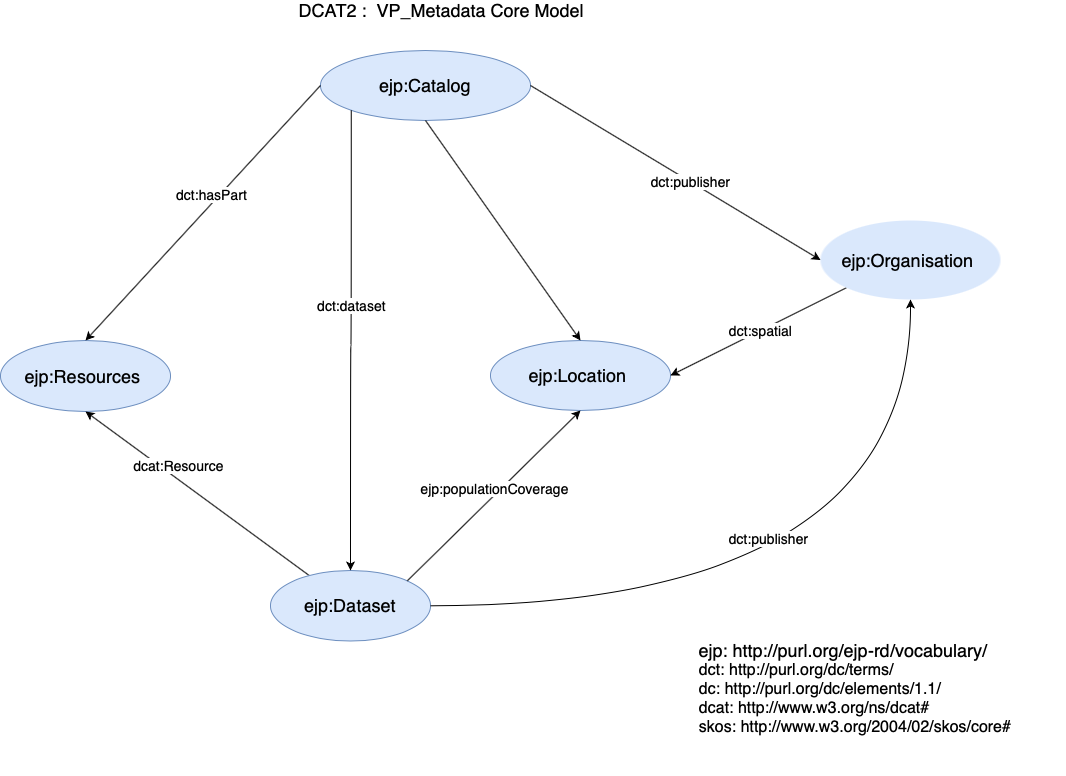
Above: ejprd-vp_catalog_model/versions/ejprdVPMetadataSchema-1.0.0/docs/ejprdVPMetadataSchema-1.0.0_diagrams/VP_Model.png in ejp-rd-vp/resource-metadata-schema (draw.io), before the change. Source tidied: cells renumbered, new cells last; positions are measured from the earlier drawing's top-left corner, leaving out a move shared by most shapes.
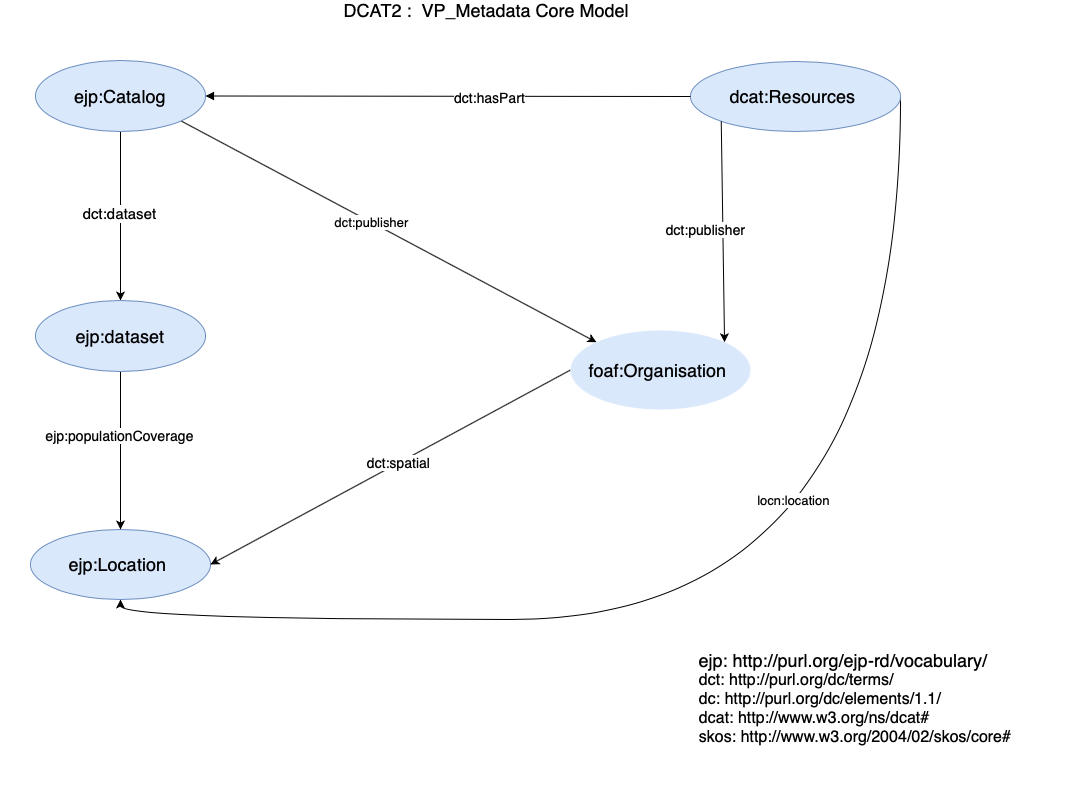
After the commit.

The edit, as a diff of the source:
```diff
@@ -3,51 +3,52 @@
     <mxCell id="0" />
     <mxCell id="1" parent="0" />
     <mxCell id="2" value="&lt;font style=&quot;font-size: 18px&quot;&gt;DCAT2 : &amp;nbsp;VP_Metadata Core Model &lt;/font&gt;&amp;nbsp;" style="text;html=1;align=center;verticalAlign=middle;" parent="1" vertex="1">
-      <mxGeometry x="290" width="310" height="20" as="geometry" />
+      <mxGeometry x="290" y="-20" width="310" height="20" as="geometry" />
     </mxCell>
     <mxCell id="3" style="group;" parent="1" vertex="1">
-      <mxGeometry y="50" width="1065" height="725" as="geometry" />
+      <mxGeometry x="-45" y="40" width="1065" height="725" as="geometry" />
     </mxCell>
+    <mxCell id="14" style="edgeStyle=orthogonalEdgeStyle;rounded=0;jettySize=auto;html=1;entryX=0.5;entryY=1;entryDx=0;entryDy=0;fontSize=13;curved=1;exitX=1;exitY=0.5;exitDx=0;exitDy=0;" parent="3" edge="1" source="4" target="13">
+      <mxGeometry relative="1" as="geometry">
+        <Array as="points">
+          <mxPoint x="900" y="559" />
+          <mxPoint x="120" y="559" />
+        </Array>
+      </mxGeometry>
+    </mxCell>
+    <mxCell id="26" value="locn:location" style="edgeLabel;html=1;align=center;verticalAlign=middle;fontSize=13;" parent="14" vertex="1">
+      <mxGeometry x="-0.39" y="-108" relative="1" as="geometry" />
+    </mxCell>
-    <mxCell id="4" value="&lt;font style=&quot;font-size: 18px&quot;&gt;ejp:Catalog&lt;/font&gt;" style="ellipse;whiteSpace=wrap;html=1;fillColor=#dae8fc;strokeColor=#6c8ebf;rounded=1;" parent="3" vertex="1">
-      <mxGeometry x="320" width="210" height="70" as="geometry" />
+    <mxCell id="4" value="&lt;span style=&quot;font-size: 18px&quot;&gt;dcat:Resources&amp;nbsp;&lt;/span&gt;" style="ellipse;whiteSpace=wrap;html=1;fillColor=#dae8fc;strokeColor=#6c8ebf;rounded=1;" parent="3" vertex="1">
+      <mxGeometry x="690" y="1" width="210" height="70" as="geometry" />
     </mxCell>
+    <mxCell id="27" style="edgeStyle=orthogonalEdgeStyle;rounded=0;jettySize=auto;html=1;exitX=0.5;exitY=1;exitDx=0;exitDy=0;entryX=0.5;entryY=0;entryDx=0;entryDy=0;fontSize=15;" parent="3" edge="1" source="5" target="29">
+      <mxGeometry relative="1" as="geometry" />
+    </mxCell>
+    <mxCell id="12" value="dct:dataset" style="edgeLabel;html=1;align=center;verticalAlign=middle;fontSize=15;" parent="27" vertex="1">
+      <mxGeometry x="-0.04" y="-2" relative="1" as="geometry" />
+    </mxCell>
+    <mxCell id="28" style="rounded=0;jettySize=auto;html=1;exitX=1;exitY=1;exitDx=0;exitDy=0;entryX=0;entryY=0;entryDx=0;entryDy=0;" parent="3" edge="1" source="5" target="19">
+      <mxGeometry relative="1" as="geometry" />
+    </mxCell>
+    <mxCell id="24" value="dct:publisher" style="edgeLabel;html=1;align=center;verticalAlign=middle;fontSize=13;" parent="28" vertex="1">
+      <mxGeometry x="-0.09" relative="1" as="geometry" />
+    </mxCell>
-    <mxCell id="5" value="&lt;font style=&quot;font-size: 18px&quot;&gt;ejp:Resources&amp;nbsp;&lt;/font&gt;" style="ellipse;whiteSpace=wrap;html=1;fillColor=#dae8fc;strokeColor=#6c8ebf;rounded=1;" parent="3" vertex="1">
-      <mxGeometry y="290" width="170" height="71" as="geometry" />
+    <mxCell id="5" value="&lt;span style=&quot;font-size: 18px&quot;&gt;ejp:Catalog&lt;/span&gt;" style="ellipse;whiteSpace=wrap;html=1;fillColor=#dae8fc;strokeColor=#6c8ebf;rounded=1;" parent="3" vertex="1">
+      <mxGeometry x="35" width="170" height="71" as="geometry" />
     </mxCell>
-    <mxCell id="6" style="rounded=1;jettySize=auto;html=1;entryX=0.5;entryY=0;entryDx=0;entryDy=0;exitX=0;exitY=0.5;exitDx=0;exitDy=0;" parent="3" edge="1" source="4" target="5">
+    <mxCell id="6" style="rounded=1;jettySize=auto;html=1;entryX=1;entryY=0.5;entryDx=0;entryDy=0;exitX=0;exitY=0.5;exitDx=0;exitDy=0;startArrow=none;startFill=0;endArrow=block;endFill=1;" parent="3" edge="1" source="4" target="5">
       <mxGeometry relative="1" as="geometry" />
     </mxCell>
     <mxCell id="7" value="&lt;font style=&quot;font-size: 14px&quot;&gt;dct:hasPart&lt;/font&gt;" style="edgeLabel;html=1;align=center;verticalAlign=middle;" parent="6" vertex="1">
       <mxGeometry x="-0.17" y="28" relative="1" as="geometry">
-        <mxPoint x="-32.6" y="-16.9" as="offset" />
+        <mxPoint x="-0.2" y="-27" as="offset" />
       </mxGeometry>
     </mxCell>
-    <mxCell id="8" style="edgeStyle=none;rounded=1;jettySize=auto;html=1;entryX=0.5;entryY=1;entryDx=0;entryDy=0;" parent="3" edge="1" source="10" target="5">
-      <mxGeometry relative="1" as="geometry" />
-    </mxCell>
-    <mxCell id="9" value="&lt;font style=&quot;font-size: 14px&quot;&gt;dcat:Resource&lt;/font&gt;" style="edgeLabel;html=1;align=center;verticalAlign=middle;" parent="8" vertex="1">
-      <mxGeometry x="0.32" y="1" relative="1" as="geometry">
-        <mxPoint x="16.6" y="-2.8" as="offset" />
-      </mxGeometry>
-    </mxCell>
-    <mxCell id="10" value="&lt;font style=&quot;font-size: 18px&quot;&gt;ejp:Dataset&lt;/font&gt;" style="ellipse;whiteSpace=wrap;html=1;fillColor=#dae8fc;strokeColor=#6c8ebf;rounded=1;" parent="3" vertex="1">
-      <mxGeometry x="270" y="520" width="160" height="70.5" as="geometry" />
-    </mxCell>
-    <mxCell id="11" style="edgeStyle=orthogonalEdgeStyle;curved=1;rounded=0;jettySize=auto;html=1;entryX=0.5;entryY=0;entryDx=0;entryDy=0;exitX=0;exitY=1;exitDx=0;exitDy=0;" parent="3" edge="1" source="4" target="10">
-      <mxGeometry relative="1" as="geometry" />
-    </mxCell>
-    <mxCell id="12" value="&lt;font style=&quot;font-size: 14px&quot;&gt;dct:dataset&lt;/font&gt;" style="edgeLabel;html=1;align=center;verticalAlign=middle;" parent="11" vertex="1">
-      <mxGeometry x="-0.24" y="-18" relative="1" as="geometry">
-        <mxPoint x="18" y="20" as="offset" />
-      </mxGeometry>
-    </mxCell>
     <mxCell id="13" value="&lt;font style=&quot;font-size: 18px&quot;&gt;ejp:Location&amp;nbsp;&lt;/font&gt;" style="ellipse;whiteSpace=wrap;html=1;fillColor=#dae8fc;strokeColor=#6c8ebf;rounded=1;" parent="3" vertex="1">
-      <mxGeometry x="490" y="290" width="180" height="70" as="geometry" />
+      <mxGeometry x="30" y="469" width="180" height="70" as="geometry" />
     </mxCell>
-    <mxCell id="14" style="edgeStyle=none;rounded=1;jettySize=auto;html=1;entryX=0.5;entryY=0;entryDx=0;entryDy=0;exitX=0.5;exitY=1;exitDx=0;exitDy=0;" parent="3" edge="1" source="4" target="13">
-      <mxGeometry relative="1" as="geometry" />
-    </mxCell>
-    <mxCell id="15" style="edgeStyle=none;rounded=1;jettySize=auto;html=1;entryX=0.5;entryY=1;entryDx=0;entryDy=0;exitX=1;exitY=0;exitDx=0;exitDy=0;" parent="3" edge="1" source="10" target="13">
+    <mxCell id="15" style="edgeStyle=none;rounded=1;jettySize=auto;html=1;entryX=0.5;entryY=0;entryDx=0;entryDy=0;exitX=0.5;exitY=1;exitDx=0;exitDy=0;" parent="3" edge="1" source="29" target="13">
       <mxGeometry relative="1" as="geometry" />
     </mxCell>
     <mxCell id="16" value="&lt;font style=&quot;font-size: 14px&quot;&gt;ejp:populationCoverage&lt;/font&gt;" style="edgeLabel;html=1;align=center;verticalAlign=middle;" parent="15" vertex="1">
@@ -55,7 +56,7 @@
         <mxPoint x="1" y="-12.5" as="offset" />
       </mxGeometry>
     </mxCell>
-    <mxCell id="17" style="rounded=0;jettySize=auto;html=1;exitX=0;exitY=1;exitDx=0;exitDy=0;entryX=1;entryY=0.5;entryDx=0;entryDy=0;" parent="3" edge="1" source="19" target="13">
+    <mxCell id="17" style="rounded=0;jettySize=auto;html=1;exitX=0;exitY=0.5;exitDx=0;exitDy=0;entryX=1;entryY=0.5;entryDx=0;entryDy=0;" parent="3" edge="1" source="19" target="13">
       <mxGeometry relative="1" as="geometry" />
     </mxCell>
     <mxCell id="18" value="&lt;font style=&quot;font-size: 14px&quot;&gt;dct:spatial&lt;/font&gt;" style="edgeLabel;html=1;align=center;verticalAlign=middle;rounded=1;" parent="17" vertex="1">
@@ -63,16 +64,10 @@
         <mxPoint x="-2.9" y="0.6" as="offset" />
       </mxGeometry>
     </mxCell>
-    <mxCell id="19" value="&lt;font style=&quot;font-size: 18px&quot;&gt;ejp:Organisation&amp;nbsp;&lt;/font&gt;" style="ellipse;whiteSpace=wrap;html=1;fillColor=#dae8fc;strokeColor=none;rounded=1;" parent="3" vertex="1">
-      <mxGeometry x="820" y="170" width="180" height="79" as="geometry" />
+    <mxCell id="19" value="&lt;font style=&quot;font-size: 18px&quot;&gt;foaf:Organisation&amp;nbsp;&lt;/font&gt;" style="ellipse;whiteSpace=wrap;html=1;fillColor=#dae8fc;strokeColor=none;rounded=1;" parent="3" vertex="1">
+      <mxGeometry x="570" y="270" width="180" height="79" as="geometry" />
     </mxCell>
-    <mxCell id="20" style="edgeStyle=orthogonalEdgeStyle;rounded=0;jettySize=auto;html=1;entryX=0.5;entryY=1;entryDx=0;entryDy=0;curved=1;" parent="3" edge="1" source="10" target="19">
-      <mxGeometry relative="1" as="geometry" />
-    </mxCell>
-    <mxCell id="21" value="&lt;span style=&quot;color: rgba(0 , 0 , 0 , 0) ; font-family: monospace ; font-size: 0px ; background-color: rgb(248 , 249 , 250)&quot;&gt;%3CmxGraphModel%3E%3Croot%3E%3CmxCell%20id%3D%220%22%2F%3E%3CmxCell%20id%3D%221%22%20parent%3D%220%22%2F%3E%3CmxCell%20id%3D%222%22%20value%3D%22%26lt%3Bfont%20style%3D%26quot%3Bfont-size%3A%2014px%26quot%3B%26gt%3Bdct%3Apublisher%26lt%3B%2Ffont%26gt%3B%22%20style%3D%22edgeLabel%3Bhtml%3D1%3Balign%3Dcenter%3BverticalAlign%3Dmiddle%3Bresizable%3D0%3Bpoints%3D%5B%5D%3Brotation%3D0%3B%22%20vertex%3D%221%22%20connectable%3D%220%22%20parent%3D%221%22%3E%3CmxGeometry%20x%3D%22808.9799985776067%22%20y%3D%221372%22%20as%3D%22geometry%22%2F%3E%3C%2FmxCell%3E%3C%2Froot%3E%3C%2FmxGraphModel%3E&lt;/span&gt;" style="edgeLabel;html=1;align=center;verticalAlign=middle;" parent="20" vertex="1">
-      <mxGeometry x="-0.14" y="32" relative="1" as="geometry" />
-    </mxCell>
-    <mxCell id="22" style="rounded=0;jettySize=auto;html=1;entryX=0;entryY=0.5;entryDx=0;entryDy=0;exitX=1;exitY=0.5;exitDx=0;exitDy=0;" parent="3" edge="1" source="4" target="19">
+    <mxCell id="22" style="rounded=0;jettySize=auto;html=1;entryX=1;entryY=0;entryDx=0;entryDy=0;exitX=0;exitY=1;exitDx=0;exitDy=0;" parent="3" edge="1" source="4" target="19">
       <mxGeometry relative="1" as="geometry" />
     </mxCell>
     <mxCell id="23" value="&lt;font style=&quot;font-size: 14px&quot;&gt;dct:publisher&lt;/font&gt;" style="edgeLabel;html=1;align=center;verticalAlign=middle;" parent="22" vertex="1">
@@ -80,13 +75,11 @@
         <mxPoint y="-21" as="offset" />
       </mxGeometry>
     </mxCell>
-    <mxCell id="24" value="&lt;font style=&quot;font-size: 14px&quot;&gt;dct:publisher&lt;/font&gt;" style="edgeLabel;html=1;align=center;verticalAlign=middle;rotation=0;" parent="3" vertex="1">
-      <mxGeometry x="770" y="490" as="geometry">
-        <mxPoint x="-2" y="-3" as="offset" />
-      </mxGeometry>
-    </mxCell>
     <mxCell id="25" value="&lt;div style=&quot;text-align: left&quot;&gt;&lt;font style=&quot;font-size: 18px&quot;&gt;ejp: &lt;a href=&quot;http://purl.org/ejp-rd/vocabulary/&quot;&gt;http://purl.org/ejp-rd/vocabulary/&lt;/a&gt;&lt;/font&gt;&lt;/div&gt;&lt;div style=&quot;text-align: left&quot;&gt;&lt;font size=&quot;3&quot;&gt;dct: &lt;a href=&quot;http://purl.org/dc/terms/&quot;&gt;http://purl.org/dc/terms/&lt;/a&gt;&lt;/font&gt;&lt;/div&gt;&lt;div style=&quot;text-align: left&quot;&gt;&lt;font size=&quot;3&quot;&gt;dc: &lt;a href=&quot;http://purl.org/dc/elements/1.1/&quot;&gt;http://purl.org/dc/elements/1.1/&lt;/a&gt;&lt;/font&gt;&lt;/div&gt;&lt;div style=&quot;text-align: left&quot;&gt;&lt;font size=&quot;3&quot;&gt;dcat: &lt;a href=&quot;http://www.w3.org/ns/dcat&quot;&gt;http://www.w3.org/ns/dcat#&lt;/a&gt;&lt;/font&gt;&lt;/div&gt;&lt;div style=&quot;text-align: left&quot;&gt;&lt;font size=&quot;3&quot;&gt;skos: &lt;a href=&quot;http://www.w3.org/2004/02/skos/core&quot;&gt;http://www.w3.org/2004/02/skos/core#&lt;/a&gt;&lt;/font&gt;&lt;/div&gt;" style="text;html=1;strokeColor=none;fillColor=none;align=center;verticalAlign=middle;whiteSpace=wrap;rounded=0;" parent="3" vertex="1">
       <mxGeometry x="645" y="550" width="420" height="175" as="geometry" />
     </mxCell>
+    <mxCell id="29" value="&lt;span style=&quot;font-size: 18px&quot;&gt;ejp:dataset&lt;/span&gt;" style="ellipse;whiteSpace=wrap;html=1;fillColor=#dae8fc;strokeColor=#6c8ebf;rounded=1;" parent="3" vertex="1">
+      <mxGeometry x="35" y="240" width="170" height="71" as="geometry" />
+    </mxCell>
   </root>
 </mxGraphModel>
```
